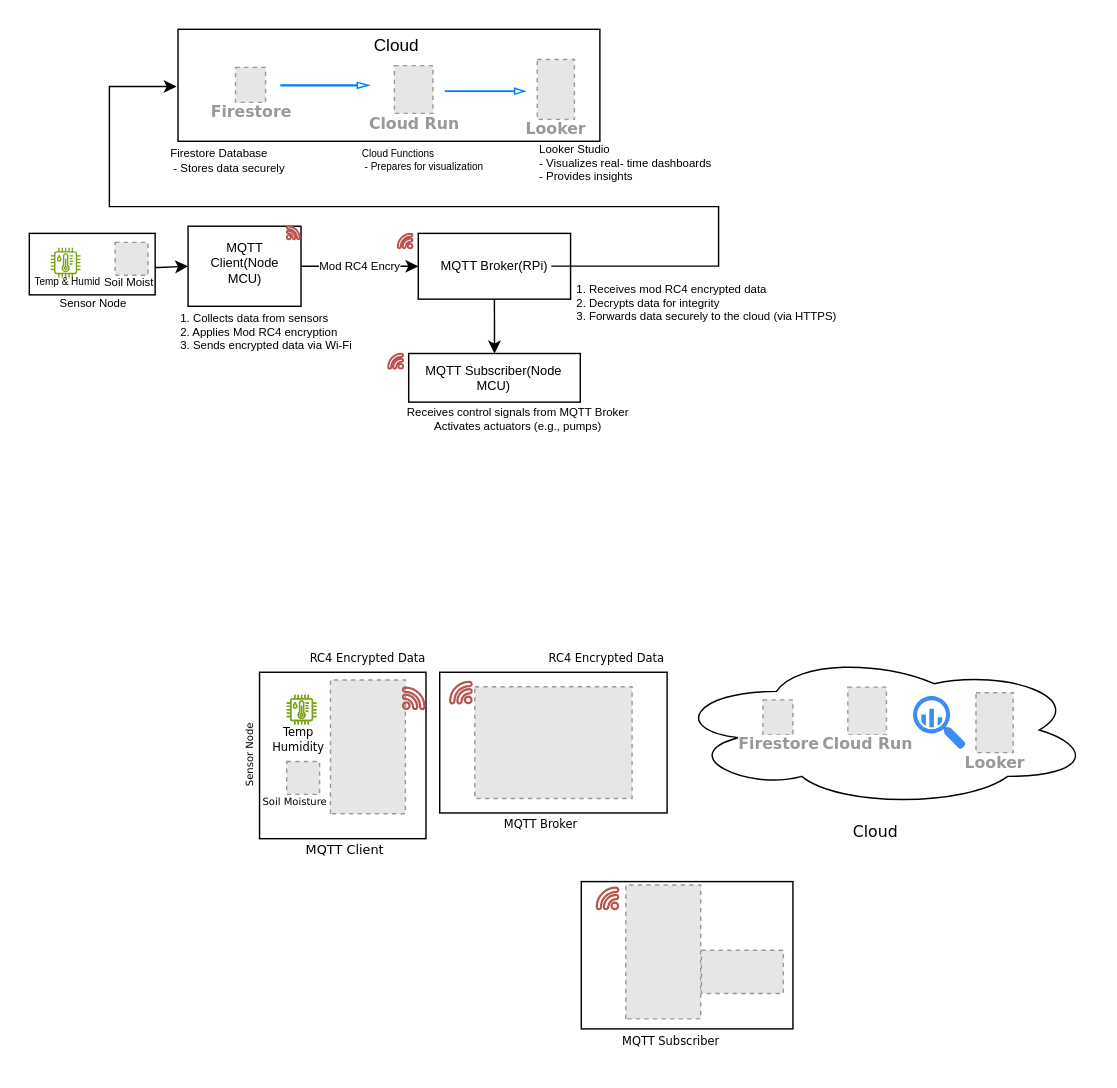
This is docs/Agri_IoT_Architecture.drawio from vinodkumar1947/IoT_Agri, a draw.io file, before an edit. Source tidied: cells renumbered, new cells numbered last; positions are measured from the earlier drawing's top-left corner, leaving out a move shared by most shapes. Both pictures are drawn from the tidied source at 143%, with x=0, y=0 at pixel (24, 24). Pictures stored in the file or linked from it are replaced by grey dashed boxes.
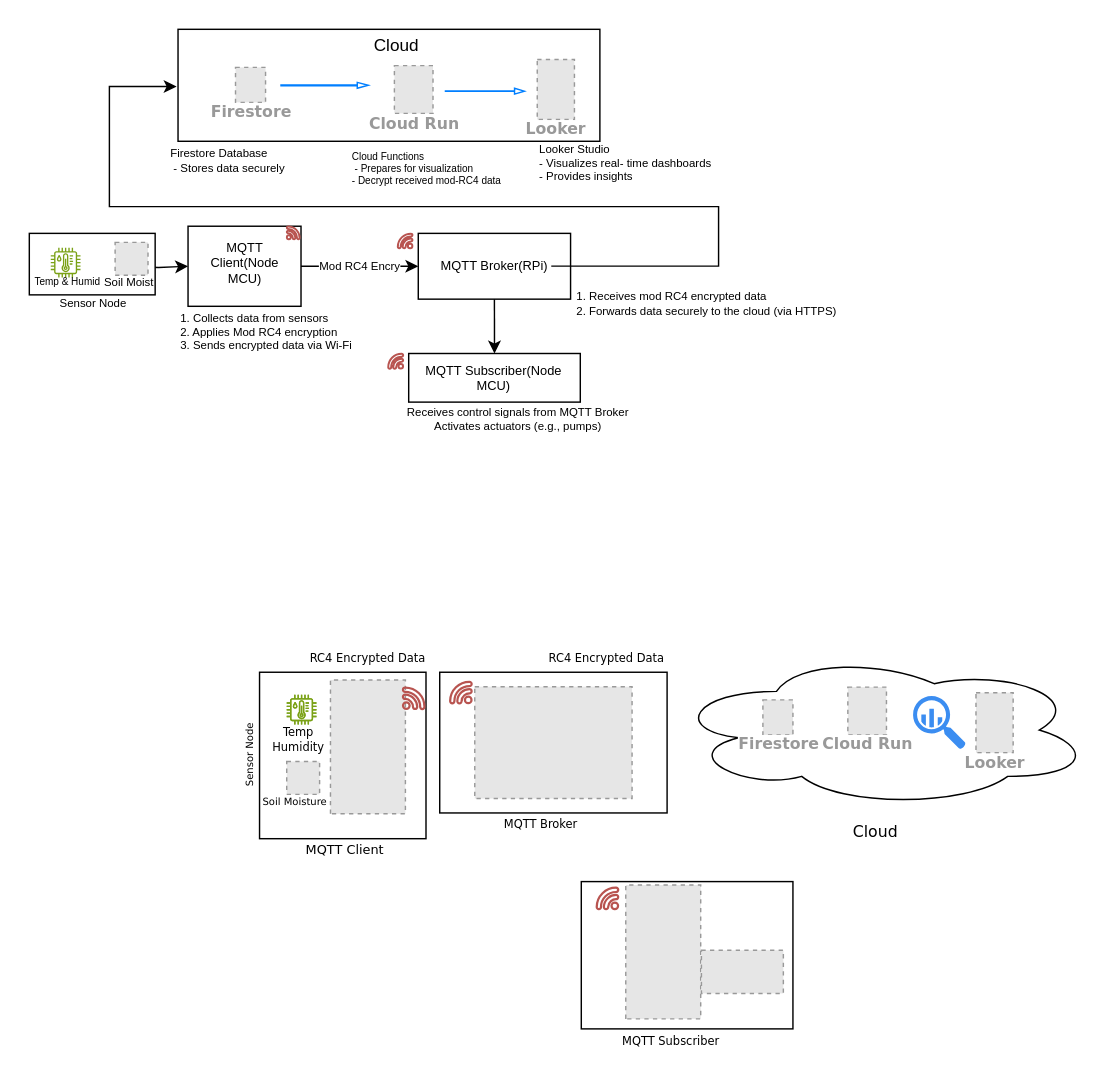
After the change.

What changed in the source:
```diff
@@
-    <mxCell id="52" value="1. Receives mod RC4 encrypted data&amp;nbsp;&lt;br&gt;2. Decrypts data for integrity&lt;br&gt;3. Forwards data securely to the cloud (via HTTPS)" style="text;html=1;align=left;verticalAlign=middle;whiteSpace=wrap;rounded=0;fontFamily=Helvetica;fontSize=8;fontColor=default;labelBackgroundColor=default;" parent="1" vertex="1">
+    <mxCell id="52" value="1. Receives mod RC4 encrypted data&amp;nbsp;&lt;br&gt;2. Forwards data securely to the cloud (via HTTPS)" style="text;html=1;align=left;verticalAlign=middle;whiteSpace=wrap;rounded=0;fontFamily=Helvetica;fontSize=8;fontColor=default;labelBackgroundColor=default;" parent="1" vertex="1">
       <mxGeometry x="384.2" y="179.7" width="206" height="30" as="geometry" />
     </mxCell>
@@
-    <mxCell id="55" value="Cloud Functions&lt;br&gt;&amp;nbsp;- Prepares for visualization" style="text;html=1;align=left;verticalAlign=middle;whiteSpace=wrap;rounded=0;fontFamily=Helvetica;fontSize=7;fontColor=default;labelBackgroundColor=default;" parent="1" vertex="1">
-      <mxGeometry x="234" y="80.3" width="101" height="30" as="geometry" />
+    <mxCell id="55" value="Cloud Functions&lt;br&gt;&amp;nbsp;- Prepares for visualization&lt;div&gt;- Decrypt received mod-RC4 data&lt;/div&gt;" style="text;html=1;align=left;verticalAlign=middle;whiteSpace=wrap;rounded=0;fontFamily=Helvetica;fontSize=7;fontColor=default;labelBackgroundColor=default;" parent="1" vertex="1">
+      <mxGeometry x="227" y="86.1" width="110" height="30" as="geometry" />
     </mxCell>
```
